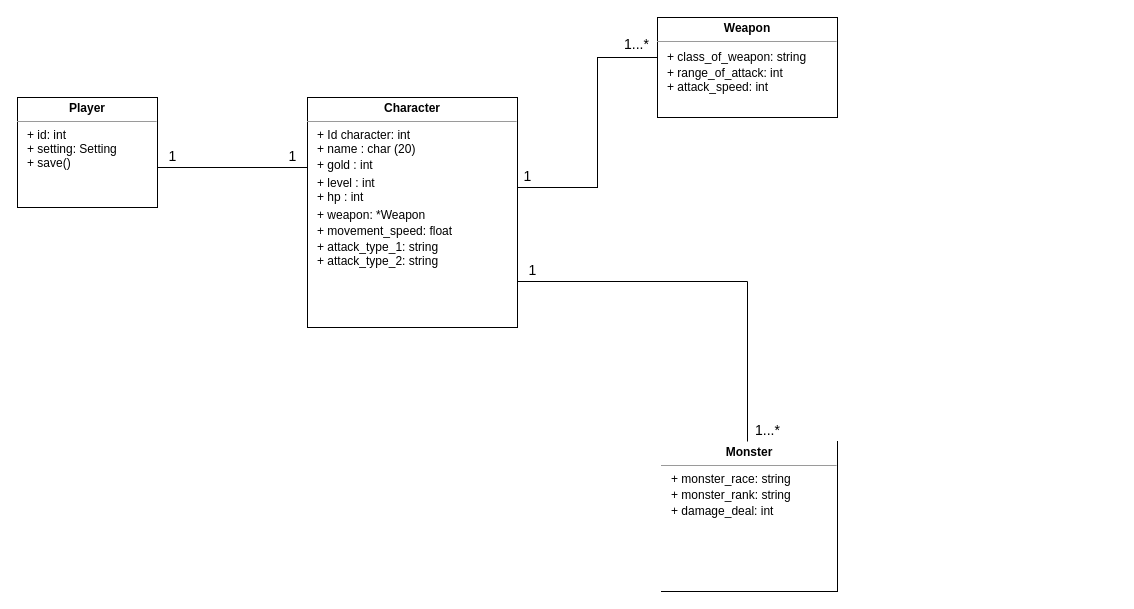
Earlier version of the draw.io diagram OOPdiagram.drawio (pminhtu24/Game-fropig2.0). Source tidied: cells renumbered, new cells numbered last; positions are measured from the earlier drawing's top-left corner, leaving out a move shared by most shapes. Both pictures are drawn from the tidied source at 100%, with x=0, y=0 at pixel (17, 17).
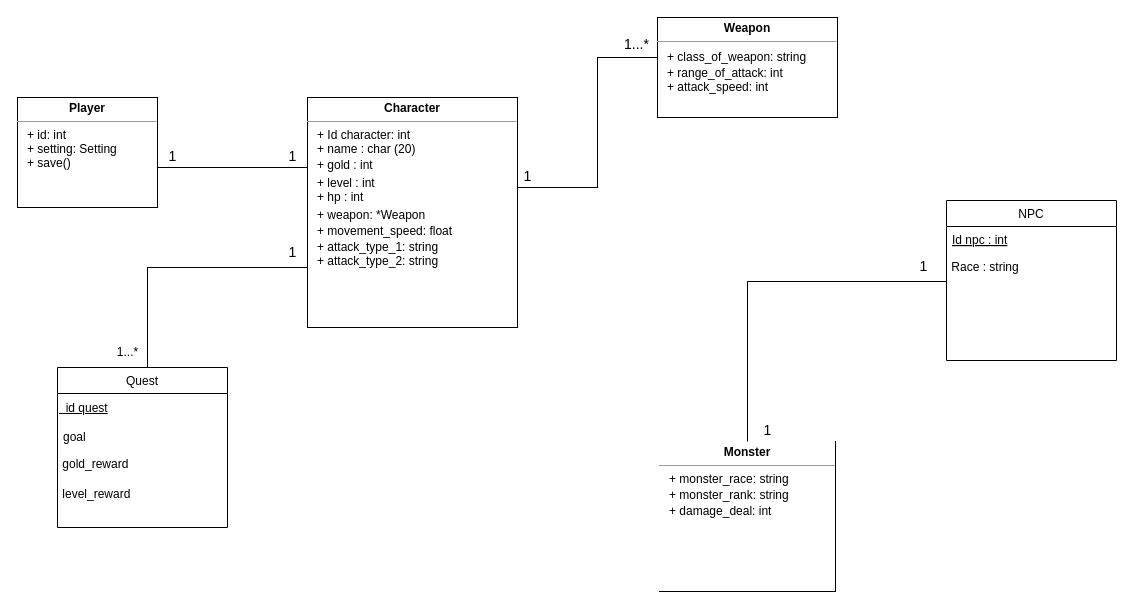
After the change.

What changed in the source:
```diff
@@
     <mxCell id="12" value="&lt;p style=&quot;margin:0px;margin-top:4px;text-align:center;&quot;&gt;&lt;b&gt;Monster&lt;/b&gt;&lt;/p&gt;&lt;hr size=&quot;1&quot;&gt;&lt;div style=&quot;height:2px;&quot;&gt;&amp;nbsp; &amp;nbsp;+ monster_race: string&lt;/div&gt;&lt;div style=&quot;height:2px;&quot;&gt;&lt;br&gt;&lt;/div&gt;&lt;div style=&quot;height:2px;&quot;&gt;&lt;br&gt;&lt;/div&gt;&lt;div style=&quot;height:2px;&quot;&gt;&lt;br&gt;&lt;/div&gt;&lt;div style=&quot;height:2px;&quot;&gt;&lt;br&gt;&lt;/div&gt;&lt;div style=&quot;height:2px;&quot;&gt;&lt;br&gt;&lt;/div&gt;&lt;div style=&quot;height:2px;&quot;&gt;&lt;br&gt;&lt;/div&gt;&lt;div style=&quot;height:2px;&quot;&gt;&lt;br&gt;&lt;/div&gt;&lt;div style=&quot;height:2px;&quot;&gt;&amp;nbsp; &amp;nbsp;+ monster_rank: string&lt;/div&gt;&lt;div style=&quot;height:2px;&quot;&gt;&lt;br&gt;&lt;/div&gt;&lt;div style=&quot;height:2px;&quot;&gt;&lt;br&gt;&lt;/div&gt;&lt;div style=&quot;height:2px;&quot;&gt;&lt;br&gt;&lt;/div&gt;&lt;div style=&quot;height:2px;&quot;&gt;&lt;br&gt;&lt;/div&gt;&lt;div style=&quot;height:2px;&quot;&gt;&lt;br&gt;&lt;/div&gt;&lt;div style=&quot;height:2px;&quot;&gt;&lt;br&gt;&lt;/div&gt;&lt;div style=&quot;height:2px;&quot;&gt;&lt;br&gt;&lt;/div&gt;&lt;div style=&quot;height:2px;&quot;&gt;&amp;nbsp; &amp;nbsp;+ damage_deal: int&lt;/div&gt;" style="verticalAlign=top;align=left;overflow=fill;fontSize=12;fontFamily=Helvetica;html=1;whiteSpace=wrap;labelBackgroundColor=default;strokeColor=inherit;strokeWidth=1;spacingLeft=3;spacingRight=3;spacingTop=-1;fontColor=default;fillColor=none;shadow=0;" parent="1" vertex="1">
-      <mxGeometry x="644" y="424" width="176" height="150" as="geometry" />
+      <mxGeometry x="642" y="424" width="176" height="150" as="geometry" />
     </mxCell>
-    <mxCell id="13" style="line;strokeWidth=1;fillColor=none;align=left;verticalAlign=middle;spacingTop=-1;spacingLeft=3;spacingRight=3;labelPosition=right;strokeColor=inherit;" parent="1" vertex="1">
-      <mxGeometry x="500" y="260" width="150" height="8" as="geometry" />
-    </mxCell>
-    <mxCell id="14" style="line;strokeWidth=1;fillColor=none;align=left;verticalAlign=middle;spacingTop=-1;spacingLeft=3;spacingRight=3;labelPosition=right;strokeColor=inherit;" parent="1" vertex="1">
-      <mxGeometry x="580" y="260" width="150" height="8" as="geometry" />
-    </mxCell>
@@
-    <mxCell id="16" value="&lt;font style=&quot;font-size: 14px;&quot;&gt;1&lt;/font&gt;" style="text;html=1;align=center;verticalAlign=middle;strokeColor=none;fillColor=none;fontSize=12;fontFamily=Helvetica;fontColor=default;" parent="1" vertex="1">
-      <mxGeometry x="500" y="238" width="30" height="30" as="geometry" />
-    </mxCell>
-    <mxCell id="17" value="&lt;font style=&quot;font-size: 14px;&quot;&gt;1...*&lt;/font&gt;" style="text;html=1;align=center;verticalAlign=middle;strokeColor=none;fillColor=none;fontSize=12;fontFamily=Helvetica;fontColor=default;" parent="1" vertex="1">
-      <mxGeometry x="725" y="398" width="50" height="30" as="geometry" />
+    <mxCell id="17" value="&lt;span style=&quot;font-size: 14px;&quot;&gt;1&lt;/span&gt;" style="text;html=1;align=center;verticalAlign=middle;strokeColor=none;fillColor=none;fontSize=12;fontFamily=Helvetica;fontColor=default;" parent="1" vertex="1">
+      <mxGeometry x="735" y="398" width="30" height="30" as="geometry" />
     </mxCell>
+    <mxCell id="18" value="Quest" style="swimlane;fontStyle=0;align=center;verticalAlign=top;horizontal=1;startSize=26;rounded=0;shadow=0;strokeWidth=1;" parent="1" vertex="1">
+      <mxGeometry x="40" y="350" width="170" height="160" as="geometry" />
+    </mxCell>
+    <mxCell id="19" value="&lt;u&gt;&amp;nbsp; id quest&lt;/u&gt;" style="text;html=1;align=left;verticalAlign=middle;strokeColor=none;fillColor=none;" parent="18" vertex="1">
+      <mxGeometry y="26" width="170" height="30" as="geometry" />
+    </mxCell>
+    <mxCell id="20" value="goal" style="text;align=left;verticalAlign=top;spacingLeft=4;spacingRight=4;overflow=hidden;fontStyle=0;" parent="18" vertex="1">
+      <mxGeometry y="56" width="170" height="26" as="geometry" />
+    </mxCell>
+    <mxCell id="21" value="&amp;nbsp;gold_reward" style="text;html=1;align=left;verticalAlign=middle;strokeColor=none;fillColor=none;" parent="18" vertex="1">
+      <mxGeometry y="82" width="170" height="30" as="geometry" />
+    </mxCell>
+    <mxCell id="22" value="&amp;nbsp;level_reward" style="text;html=1;align=left;verticalAlign=middle;strokeColor=none;fillColor=none;" parent="18" vertex="1">
+      <mxGeometry y="112" width="170" height="30" as="geometry" />
+    </mxCell>
+    <mxCell id="23" style="shape=partialRectangle;whiteSpace=wrap;html=1;bottom=0;right=0;fillColor=none;" parent="1" vertex="1">
+      <mxGeometry x="130" y="250" width="160" height="100" as="geometry" />
+    </mxCell>
+    <mxCell id="24" value="&lt;font style=&quot;font-size: 14px;&quot;&gt;1&lt;/font&gt;" style="text;html=1;align=center;verticalAlign=middle;strokeColor=none;fillColor=none;" parent="1" vertex="1">
+      <mxGeometry x="260" y="220" width="30" height="30" as="geometry" />
+    </mxCell>
+    <mxCell id="25" value="1...*" style="text;html=1;align=center;verticalAlign=middle;strokeColor=none;fillColor=none;" parent="1" vertex="1">
+      <mxGeometry x="90" y="320" width="40" height="30" as="geometry" />
+    </mxCell>
+    <mxCell id="26" value="NPC" style="swimlane;fontStyle=0;align=center;verticalAlign=top;horizontal=1;startSize=26;rounded=0;shadow=0;strokeWidth=1;" parent="1" vertex="1">
+      <mxGeometry x="929" y="183" width="170" height="160" as="geometry" />
+    </mxCell>
+    <mxCell id="27" value="Id npc : int" style="text;align=left;verticalAlign=top;spacingLeft=4;spacingRight=4;overflow=hidden;fontStyle=4;" parent="26" vertex="1">
+      <mxGeometry y="26" width="170" height="26" as="geometry" />
+    </mxCell>
+    <mxCell id="28" value="&amp;nbsp;Race : string" style="text;html=1;align=left;verticalAlign=middle;strokeColor=none;fillColor=none;" parent="26" vertex="1">
+      <mxGeometry y="52" width="170" height="30" as="geometry" />
+    </mxCell>
+    <mxCell id="29" style="line;strokeWidth=1;html=1;" parent="1" vertex="1">
+      <mxGeometry x="730" y="259" width="199" height="10" as="geometry" />
+    </mxCell>
+    <mxCell id="30" value="&lt;font style=&quot;font-size: 14px;&quot;&gt;1&lt;/font&gt;" style="text;html=1;align=center;verticalAlign=middle;strokeColor=none;fillColor=none;" parent="1" vertex="1">
+      <mxGeometry x="891" y="234" width="30" height="30" as="geometry" />
+    </mxCell>
```
